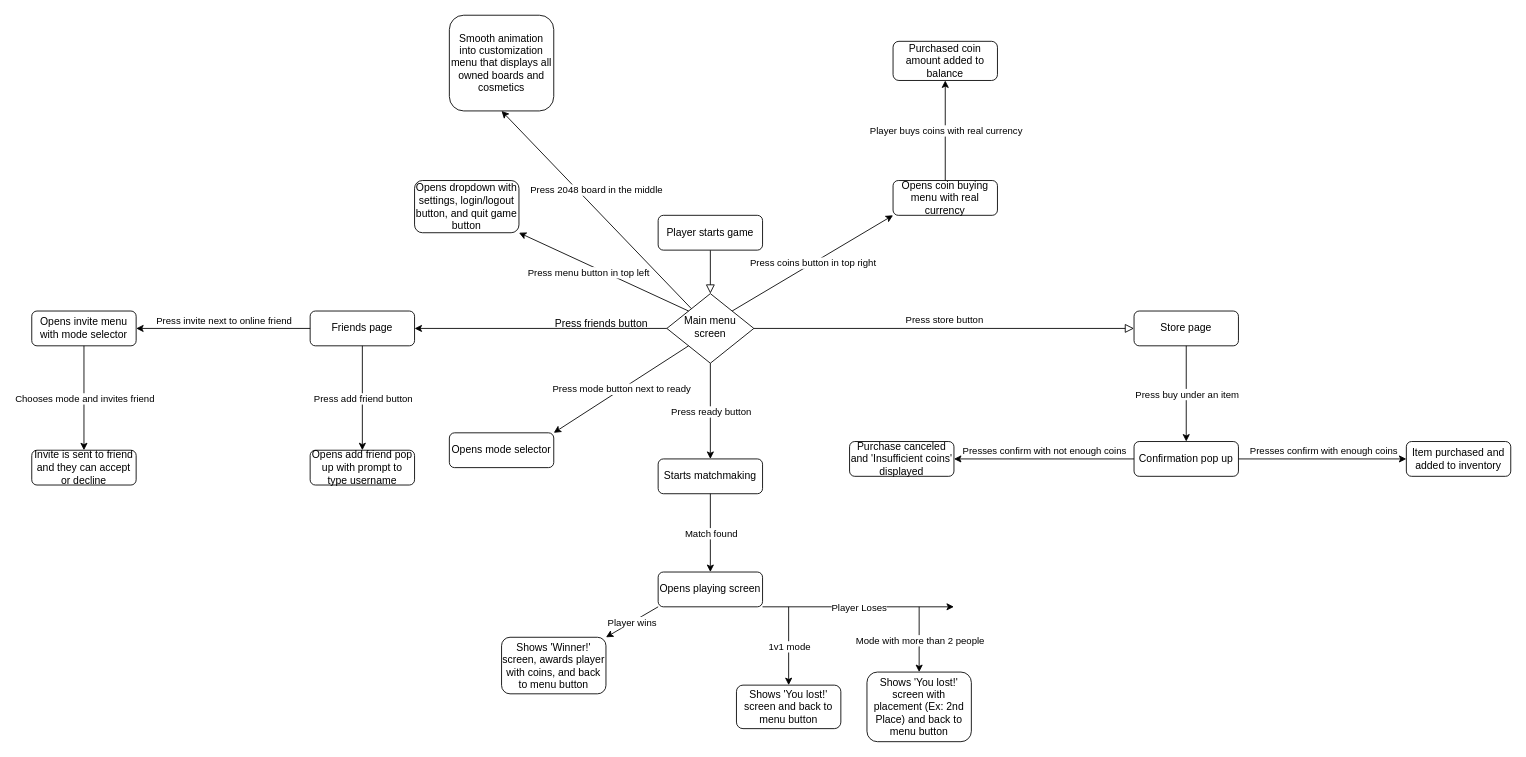
Before: 2048 Royale Flowchart.drawio in mabindy/2048project, a draw.io diagram. Source tidied: cells renumbered, new cells numbered last; positions are measured from the earlier drawing's top-left corner, leaving out a move shared by most shapes. Both pictures are drawn from the tidied source at 87%, with x=0, y=0 at pixel (31, 15).
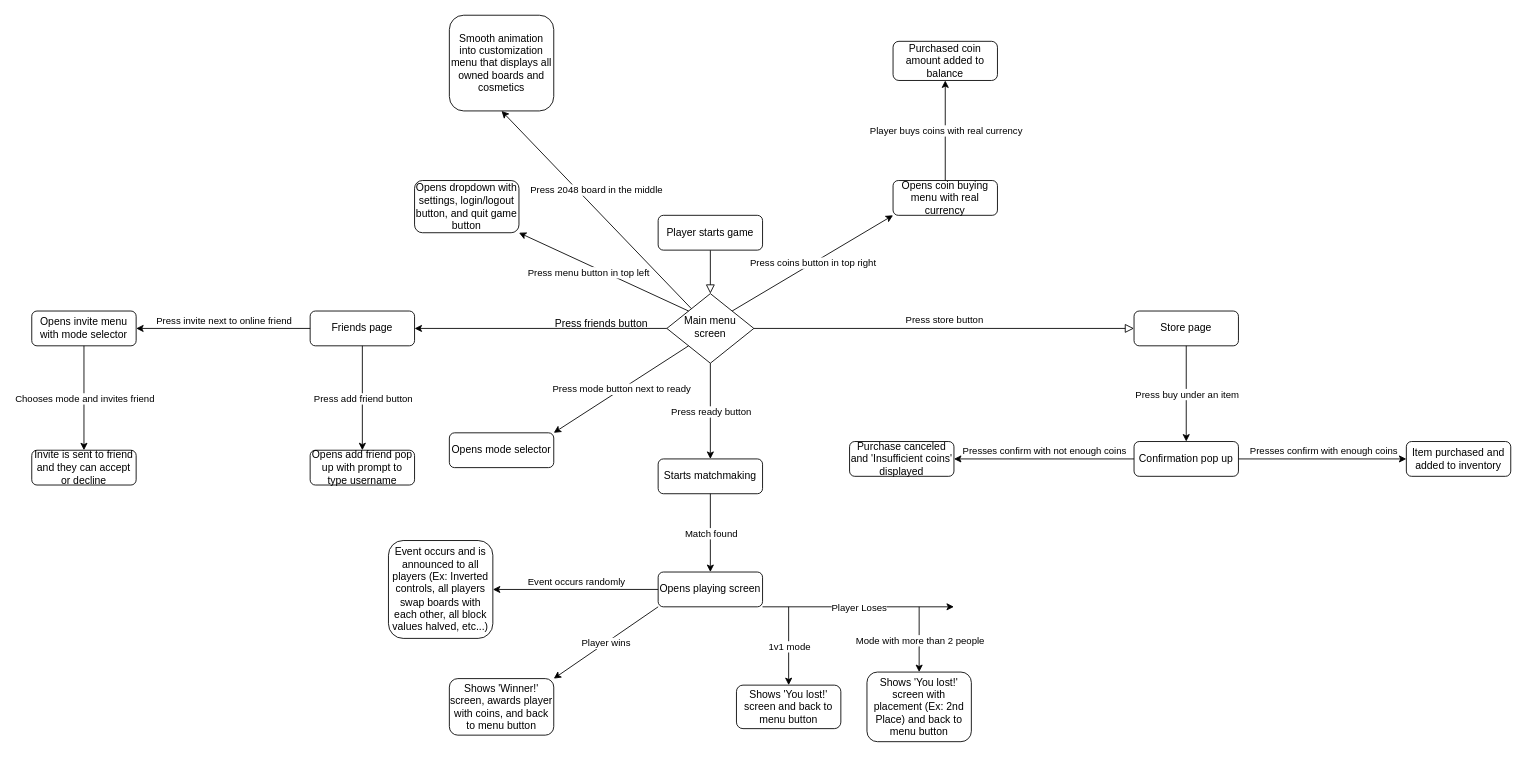
The same page after the edit.

The change refers to these unchanged cells:
```xml
<mxCell id="15" value="Opens playing screen" style="rounded=1;whiteSpace=wrap;html=1;" parent="1" vertex="1">
  <mxGeometry x="720" y="640" width="120" height="40" as="geometry" />
</mxCell>
```

Change to the diagram source:
```diff
@@
     <mxCell id="20" value="Shows 'Winner!' screen, awards player with coins, and back to menu button" style="rounded=1;whiteSpace=wrap;html=1;" parent="1" vertex="1">
-      <mxGeometry x="540" y="715" width="120" height="65" as="geometry" />
+      <mxGeometry x="480" y="762.5" width="120" height="65" as="geometry" />
     </mxCell>
@@
+    <mxCell id="60" value="Event occurs and is announced to all players (Ex: Inverted controls, all players swap boards with each other, all block values halved, etc...)" style="rounded=1;whiteSpace=wrap;html=1;" parent="1" vertex="1">
+      <mxGeometry x="410" y="603.8" width="120" height="112.5" as="geometry" />
+    </mxCell>
+    <mxCell id="61" style="endArrow=classic;html=1;rounded=0;exitX=0;exitY=0.5;exitDx=0;exitDy=0;entryX=1;entryY=0.5;entryDx=0;entryDy=0;" parent="1" edge="1" source="15" target="60">
+      <mxGeometry relative="1" as="geometry" />
+    </mxCell>
+    <mxCell id="62" value="Event occurs randomly" style="edgeLabel;html=1;align=center;verticalAlign=middle;" parent="61" vertex="1">
+      <mxGeometry relative="1" as="geometry">
+        <mxPoint y="-10" as="offset" />
+      </mxGeometry>
+    </mxCell>
```
